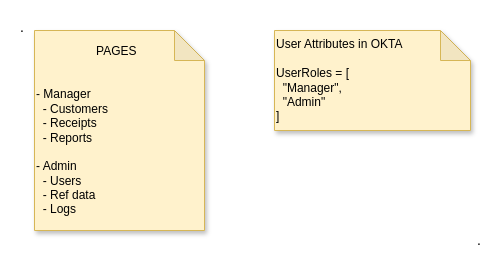
Earlier version of the draw.io diagram page "UI" (4 of 4) of _images/High-Level_Design.drawio (aytekinyaliz/ylz-lh-infra). Source tidied: cells renumbered, new cells numbered last; positions are measured from the earlier drawing's top-left corner, leaving out a move shared by most shapes. Both pictures are drawn from the tidied source at 100%, with x=0, y=0 at pixel (17, 17).
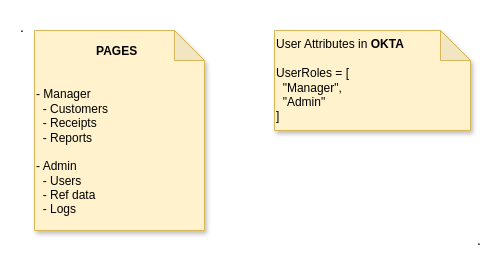
After the change.

Change to the diagram source:
```diff
@@
 <mxGraphModel>
   <root>
     <mxCell id="0" />
     <mxCell id="1" parent="0" />
-    <mxCell id="2" value="&lt;div&gt;&lt;span&gt;&amp;nbsp; &amp;nbsp; &amp;nbsp; &amp;nbsp; &amp;nbsp; &amp;nbsp; &amp;nbsp; &amp;nbsp; &amp;nbsp; PAGES&lt;/span&gt;&lt;/div&gt;&lt;br&gt;&lt;br&gt;- Manager&lt;br&gt;&amp;nbsp; - Customers&lt;br&gt;&amp;nbsp; - Receipts&lt;br&gt;&amp;nbsp; - Reports&lt;br&gt;&lt;br&gt;- Admin&lt;br&gt;&amp;nbsp; - Users&lt;br&gt;&amp;nbsp; - Ref data&lt;br&gt;&amp;nbsp; - Logs&lt;br&gt;" style="shape=note;whiteSpace=wrap;html=1;backgroundOutline=1;darkOpacity=0.05;shadow=1;fillColor=#fff2cc;align=left;strokeColor=#d6b656;" parent="1" vertex="1">
+    <mxCell id="2" value="&lt;div&gt;&amp;nbsp; &amp;nbsp; &amp;nbsp; &amp;nbsp; &amp;nbsp; &amp;nbsp; &amp;nbsp; &amp;nbsp; &amp;nbsp; &lt;b&gt;PAGES&lt;/b&gt;&lt;/div&gt;&lt;br&gt;&lt;br&gt;- Manager&lt;br&gt;&amp;nbsp; - Customers&lt;br&gt;&amp;nbsp; - Receipts&lt;br&gt;&amp;nbsp; - Reports&lt;br&gt;&lt;br&gt;- Admin&lt;br&gt;&amp;nbsp; - Users&lt;br&gt;&amp;nbsp; - Ref data&lt;br&gt;&amp;nbsp; - Logs" style="shape=note;whiteSpace=wrap;html=1;backgroundOutline=1;darkOpacity=0.05;shadow=1;fillColor=#fff2cc;align=left;strokeColor=#d6b656;" parent="1" vertex="1">
       <mxGeometry x="17" y="13" width="170" height="200" as="geometry" />
     </mxCell>
-    <mxCell id="3" value="User Attributes in OKTA&lt;br&gt;&lt;br&gt;UserRoles = [&lt;br&gt;&amp;nbsp; &quot;Manager&quot;,&lt;br&gt;&amp;nbsp; &quot;Admin&quot;&lt;br&gt;]" style="shape=note;whiteSpace=wrap;html=1;backgroundOutline=1;darkOpacity=0.05;shadow=1;fillColor=#fff2cc;align=left;strokeColor=#d6b656;" parent="1" vertex="1">
+    <mxCell id="3" value="User Attributes in &lt;b&gt;OKTA&lt;/b&gt;&lt;br&gt;&lt;br&gt;UserRoles = [&lt;br&gt;&amp;nbsp; &quot;Manager&quot;,&lt;br&gt;&amp;nbsp; &quot;Admin&quot;&lt;br&gt;]" style="shape=note;whiteSpace=wrap;html=1;backgroundOutline=1;darkOpacity=0.05;shadow=1;fillColor=#fff2cc;align=left;strokeColor=#d6b656;" parent="1" vertex="1">
       <mxGeometry x="257" y="13" width="196" height="100" as="geometry" />
     </mxCell>
     <mxCell id="4" value="." style="text;html=1;strokeColor=none;fillColor=none;align=center;verticalAlign=middle;whiteSpace=wrap;rounded=0;shadow=0;comic=0;fontSize=14;" parent="1" vertex="1">
       <mxGeometry width="10" height="20" as="geometry" />
     </mxCell>
     <mxCell id="5" value="." style="text;html=1;strokeColor=none;fillColor=none;align=center;verticalAlign=middle;whiteSpace=wrap;rounded=0;shadow=0;comic=0;fontSize=14;" parent="1" vertex="1">
       <mxGeometry x="457" y="213" width="10" height="20" as="geometry" />
     </mxCell>
   </root>
 </mxGraphModel>
```
